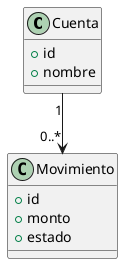
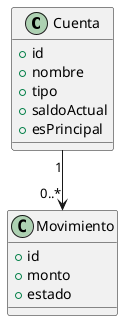
- @startuml
+ ﻿@startuml
class Cuenta {
  +id
  +nombre
+   +tipo
+   +saldoActual
+   +esPrincipal
}

class Movimiento {
  +id
  +monto
  +estado
}

Cuenta "1" --> "0..*" Movimiento
@enduml

